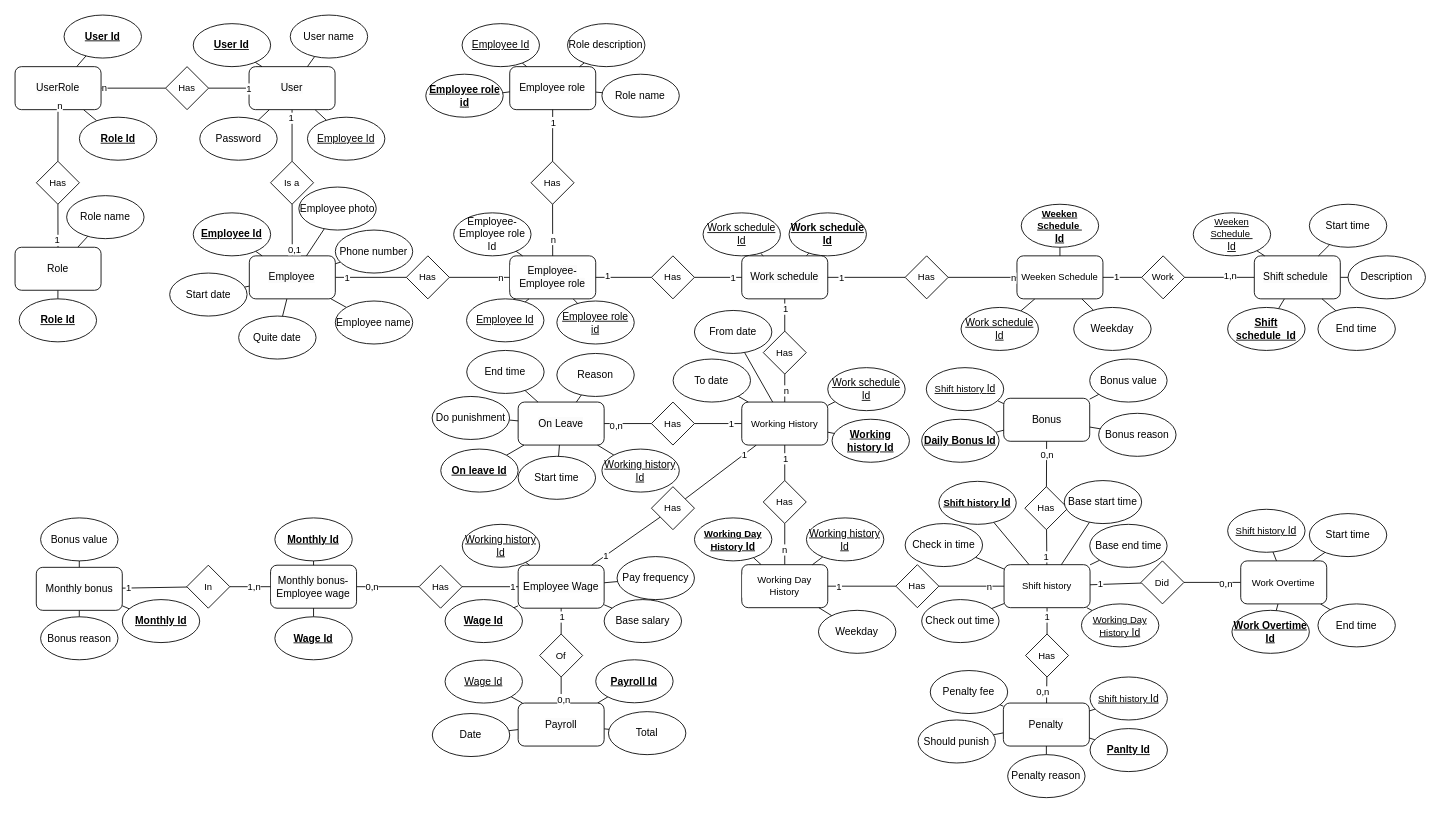
Above: Doc/ER.drawio in HoangDepTraiBoDoiThe/EmployeeManagement (draw.io), before the change. Source tidied: cells renumbered, new cells numbered last; positions are measured from the earlier drawing's top-left corner, leaving out a move shared by most shapes. Both pictures are drawn from the tidied source at 86%, with x=0, y=0 at pixel (15, 15).
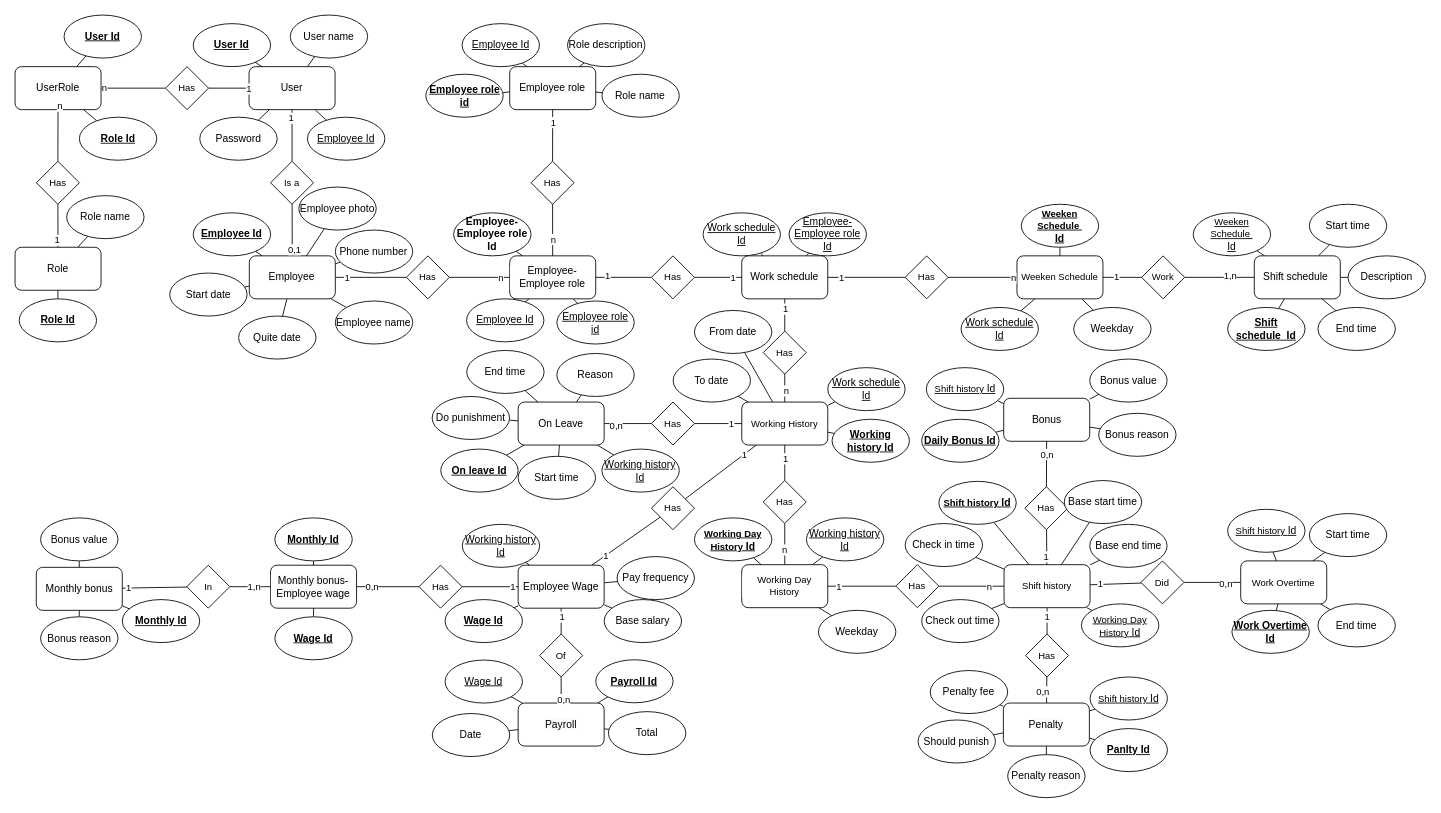
The same diagram, later.

What changed in the source:
```diff
@@
-    <mxCell id="68" value="Work schedule Id" style="ellipse;whiteSpace=wrap;html=1;fontStyle=5;" parent="1" vertex="1">
+    <mxCell id="68" value="&lt;span style=&quot;font-weight: 400;&quot;&gt;Employee-&lt;/span&gt;&lt;span style=&quot;font-weight: 400;&quot;&gt;Employee role Id&lt;/span&gt;" style="ellipse;whiteSpace=wrap;html=1;fontStyle=5;" parent="1" vertex="1">
       <mxGeometry x="900" y="230" width="90" height="50" as="geometry" />
     </mxCell>
@@
-    <mxCell id="270" value="&lt;span style=&quot;font-weight: 400;&quot;&gt;Employee-&lt;/span&gt;&lt;span style=&quot;font-weight: 400;&quot;&gt;Employee role Id&lt;/span&gt;" style="ellipse;whiteSpace=wrap;html=1;fontStyle=1;" parent="1" vertex="1">
+    <mxCell id="270" value="&lt;span style=&quot;&quot;&gt;Employee-&lt;/span&gt;&lt;span style=&quot;&quot;&gt;Employee role Id&lt;/span&gt;" style="ellipse;whiteSpace=wrap;html=1;fontStyle=1;" parent="1" vertex="1">
       <mxGeometry x="510" y="230" width="90" height="50" as="geometry" />
     </mxCell>
```
